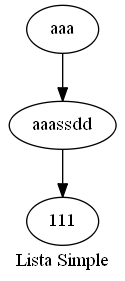
200915305/Practica2s12017_200915305 keeps this Graphviz diagram as Python/Lista_simple.png. Above is the earlier version. Its source is kept beside it as Python/Lista_simple.dot.
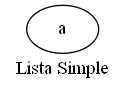
Above is the later version.

Diff of the diagram source:
```diff
@@ -1,10 +1,6 @@
 digraph ListaSimple{
 label = "Lista Simple"
 
-	Node0[label = "aaa"];
-	Node1[label = "aaassdd"];
-	Node2[label = "111"];
+	Node0[label = "a"];
 
-	Node0 -> Node1;
-	Node1 -> Node2;
 }
```
